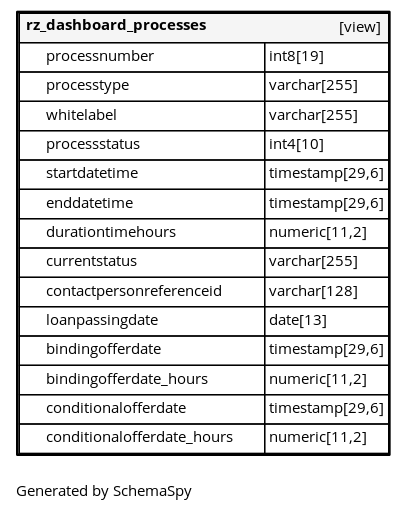
Earlier version of the Graphviz export db_standardzone_version01/diagrams/tables/rz_dashboard_processes.1degree.png (fyndoo/fyndoo.github.io). Its source is kept beside it as db_standardzone_version01/diagrams/tables/rz_dashboard_processes.1degree.dot.
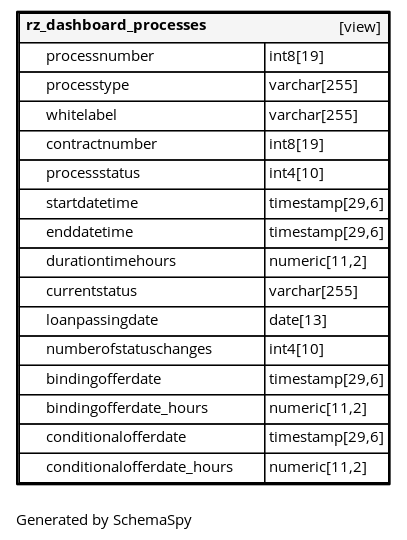
Above is the later version.

The edit, as a diff of the source:
```diff
@@ -25,13 +25,14 @@
       <TR><TD PORT="processnumber" COLSPAN="2" ALIGN="LEFT"><TABLE BORDER="0" CELLSPACING="0" ALIGN="LEFT"><TR ALIGN="LEFT"><TD ALIGN="LEFT" FIXEDSIZE="TRUE" WIDTH="15" HEIGHT="16"></TD><TD ALIGN="LEFT" FIXEDSIZE="TRUE" WIDTH="163" HEIGHT="16">processnumber</TD></TR></TABLE></TD><TD PORT="processnumber.type" ALIGN="LEFT">int8[19]</TD></TR>
       <TR><TD PORT="processtype" COLSPAN="2" ALIGN="LEFT"><TABLE BORDER="0" CELLSPACING="0" ALIGN="LEFT"><TR ALIGN="LEFT"><TD ALIGN="LEFT" FIXEDSIZE="TRUE" WIDTH="15" HEIGHT="16"></TD><TD ALIGN="LEFT" FIXEDSIZE="TRUE" WIDTH="163" HEIGHT="16">processtype</TD></TR></TABLE></TD><TD PORT="processtype.type" ALIGN="LEFT">varchar[255]</TD></TR>
       <TR><TD PORT="whitelabel" COLSPAN="2" ALIGN="LEFT"><TABLE BORDER="0" CELLSPACING="0" ALIGN="LEFT"><TR ALIGN="LEFT"><TD ALIGN="LEFT" FIXEDSIZE="TRUE" WIDTH="15" HEIGHT="16"></TD><TD ALIGN="LEFT" FIXEDSIZE="TRUE" WIDTH="163" HEIGHT="16">whitelabel</TD></TR></TABLE></TD><TD PORT="whitelabel.type" ALIGN="LEFT">varchar[255]</TD></TR>
+      <TR><TD PORT="contractnumber" COLSPAN="2" ALIGN="LEFT"><TABLE BORDER="0" CELLSPACING="0" ALIGN="LEFT"><TR ALIGN="LEFT"><TD ALIGN="LEFT" FIXEDSIZE="TRUE" WIDTH="15" HEIGHT="16"></TD><TD ALIGN="LEFT" FIXEDSIZE="TRUE" WIDTH="163" HEIGHT="16">contractnumber</TD></TR></TABLE></TD><TD PORT="contractnumber.type" ALIGN="LEFT">int8[19]</TD></TR>
       <TR><TD PORT="processstatus" COLSPAN="2" ALIGN="LEFT"><TABLE BORDER="0" CELLSPACING="0" ALIGN="LEFT"><TR ALIGN="LEFT"><TD ALIGN="LEFT" FIXEDSIZE="TRUE" WIDTH="15" HEIGHT="16"></TD><TD ALIGN="LEFT" FIXEDSIZE="TRUE" WIDTH="163" HEIGHT="16">processstatus</TD></TR></TABLE></TD><TD PORT="processstatus.type" ALIGN="LEFT">int4[10]</TD></TR>
       <TR><TD PORT="startdatetime" COLSPAN="2" ALIGN="LEFT"><TABLE BORDER="0" CELLSPACING="0" ALIGN="LEFT"><TR ALIGN="LEFT"><TD ALIGN="LEFT" FIXEDSIZE="TRUE" WIDTH="15" HEIGHT="16"></TD><TD ALIGN="LEFT" FIXEDSIZE="TRUE" WIDTH="163" HEIGHT="16">startdatetime</TD></TR></TABLE></TD><TD PORT="startdatetime.type" ALIGN="LEFT">timestamp[29,6]</TD></TR>
       <TR><TD PORT="enddatetime" COLSPAN="2" ALIGN="LEFT"><TABLE BORDER="0" CELLSPACING="0" ALIGN="LEFT"><TR ALIGN="LEFT"><TD ALIGN="LEFT" FIXEDSIZE="TRUE" WIDTH="15" HEIGHT="16"></TD><TD ALIGN="LEFT" FIXEDSIZE="TRUE" WIDTH="163" HEIGHT="16">enddatetime</TD></TR></TABLE></TD><TD PORT="enddatetime.type" ALIGN="LEFT">timestamp[29,6]</TD></TR>
       <TR><TD PORT="durationtimehours" COLSPAN="2" ALIGN="LEFT"><TABLE BORDER="0" CELLSPACING="0" ALIGN="LEFT"><TR ALIGN="LEFT"><TD ALIGN="LEFT" FIXEDSIZE="TRUE" WIDTH="15" HEIGHT="16"></TD><TD ALIGN="LEFT" FIXEDSIZE="TRUE" WIDTH="163" HEIGHT="16">durationtimehours</TD></TR></TABLE></TD><TD PORT="durationtimehours.type" ALIGN="LEFT">numeric[11,2]</TD></TR>
       <TR><TD PORT="currentstatus" COLSPAN="2" ALIGN="LEFT"><TABLE BORDER="0" CELLSPACING="0" ALIGN="LEFT"><TR ALIGN="LEFT"><TD ALIGN="LEFT" FIXEDSIZE="TRUE" WIDTH="15" HEIGHT="16"></TD><TD ALIGN="LEFT" FIXEDSIZE="TRUE" WIDTH="163" HEIGHT="16">currentstatus</TD></TR></TABLE></TD><TD PORT="currentstatus.type" ALIGN="LEFT">varchar[255]</TD></TR>
-      <TR><TD PORT="contactpersonreferenceid" COLSPAN="2" ALIGN="LEFT"><TABLE BORDER="0" CELLSPACING="0" ALIGN="LEFT"><TR ALIGN="LEFT"><TD ALIGN="LEFT" FIXEDSIZE="TRUE" WIDTH="15" HEIGHT="16"></TD><TD ALIGN="LEFT" FIXEDSIZE="TRUE" WIDTH="163" HEIGHT="16">contactpersonreferenceid</TD></TR></TABLE></TD><TD PORT="contactpersonreferenceid.type" ALIGN="LEFT">varchar[128]</TD></TR>
       <TR><TD PORT="loanpassingdate" COLSPAN="2" ALIGN="LEFT"><TABLE BORDER="0" CELLSPACING="0" ALIGN="LEFT"><TR ALIGN="LEFT"><TD ALIGN="LEFT" FIXEDSIZE="TRUE" WIDTH="15" HEIGHT="16"></TD><TD ALIGN="LEFT" FIXEDSIZE="TRUE" WIDTH="163" HEIGHT="16">loanpassingdate</TD></TR></TABLE></TD><TD PORT="loanpassingdate.type" ALIGN="LEFT">date[13]</TD></TR>
+      <TR><TD PORT="numberofstatuschanges" COLSPAN="2" ALIGN="LEFT"><TABLE BORDER="0" CELLSPACING="0" ALIGN="LEFT"><TR ALIGN="LEFT"><TD ALIGN="LEFT" FIXEDSIZE="TRUE" WIDTH="15" HEIGHT="16"></TD><TD ALIGN="LEFT" FIXEDSIZE="TRUE" WIDTH="163" HEIGHT="16">numberofstatuschanges</TD></TR></TABLE></TD><TD PORT="numberofstatuschanges.type" ALIGN="LEFT">int4[10]</TD></TR>
       <TR><TD PORT="bindingofferdate" COLSPAN="2" ALIGN="LEFT"><TABLE BORDER="0" CELLSPACING="0" ALIGN="LEFT"><TR ALIGN="LEFT"><TD ALIGN="LEFT" FIXEDSIZE="TRUE" WIDTH="15" HEIGHT="16"></TD><TD ALIGN="LEFT" FIXEDSIZE="TRUE" WIDTH="163" HEIGHT="16">bindingofferdate</TD></TR></TABLE></TD><TD PORT="bindingofferdate.type" ALIGN="LEFT">timestamp[29,6]</TD></TR>
       <TR><TD PORT="bindingofferdate_hours" COLSPAN="2" ALIGN="LEFT"><TABLE BORDER="0" CELLSPACING="0" ALIGN="LEFT"><TR ALIGN="LEFT"><TD ALIGN="LEFT" FIXEDSIZE="TRUE" WIDTH="15" HEIGHT="16"></TD><TD ALIGN="LEFT" FIXEDSIZE="TRUE" WIDTH="163" HEIGHT="16">bindingofferdate_hours</TD></TR></TABLE></TD><TD PORT="bindingofferdate_hours.type" ALIGN="LEFT">numeric[11,2]</TD></TR>
       <TR><TD PORT="conditionalofferdate" COLSPAN="2" ALIGN="LEFT"><TABLE BORDER="0" CELLSPACING="0" ALIGN="LEFT"><TR ALIGN="LEFT"><TD ALIGN="LEFT" FIXEDSIZE="TRUE" WIDTH="15" HEIGHT="16"></TD><TD ALIGN="LEFT" FIXEDSIZE="TRUE" WIDTH="163" HEIGHT="16">conditionalofferdate</TD></TR></TABLE></TD><TD PORT="conditionalofferdate.type" ALIGN="LEFT">timestamp[29,6]</TD></TR>
```
